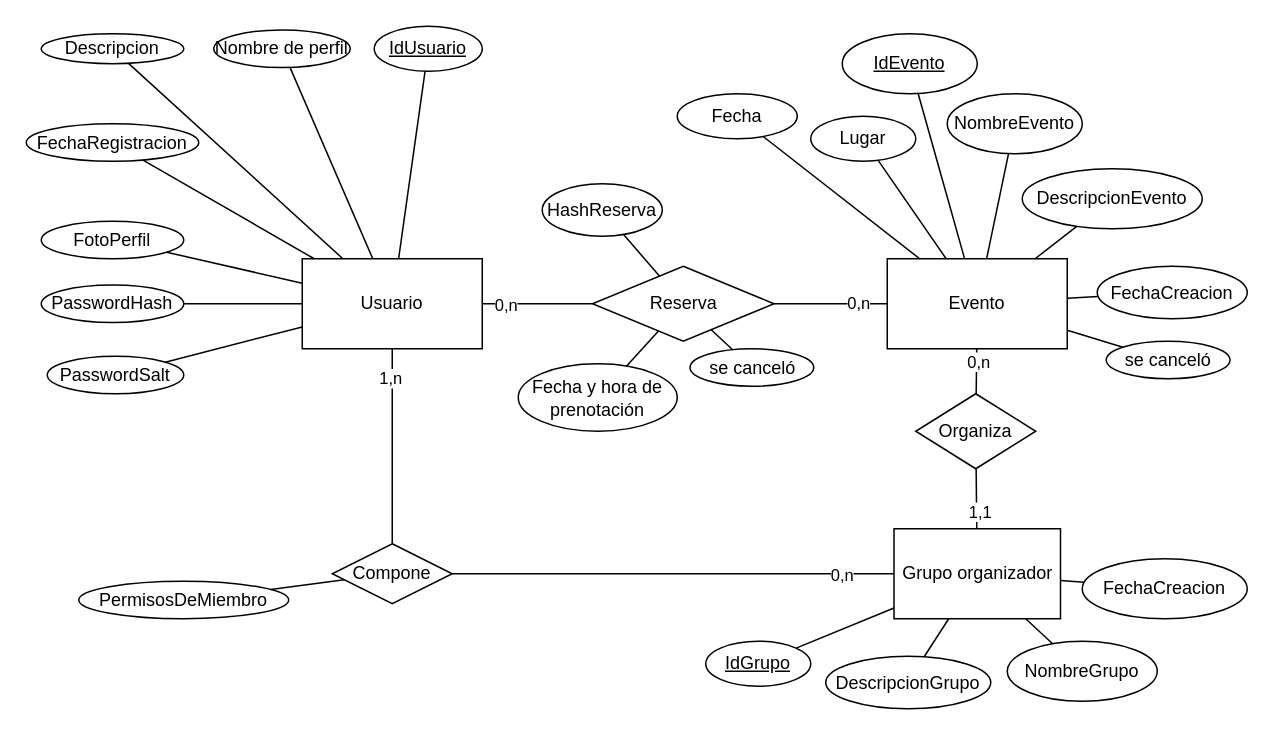
The draw.io diagram docs/diagrams/entity-relation/diagram-entity-relation.es.drawio in a-mayb3/group_n_meet_backend, before the edit. Source tidied: cells renumbered, new cells numbered last; positions are measured from the earlier drawing's top-left corner, leaving out a move shared by most shapes. Both pictures are drawn from the tidied source at 150%, with x=0, y=0 at pixel (26, 26).
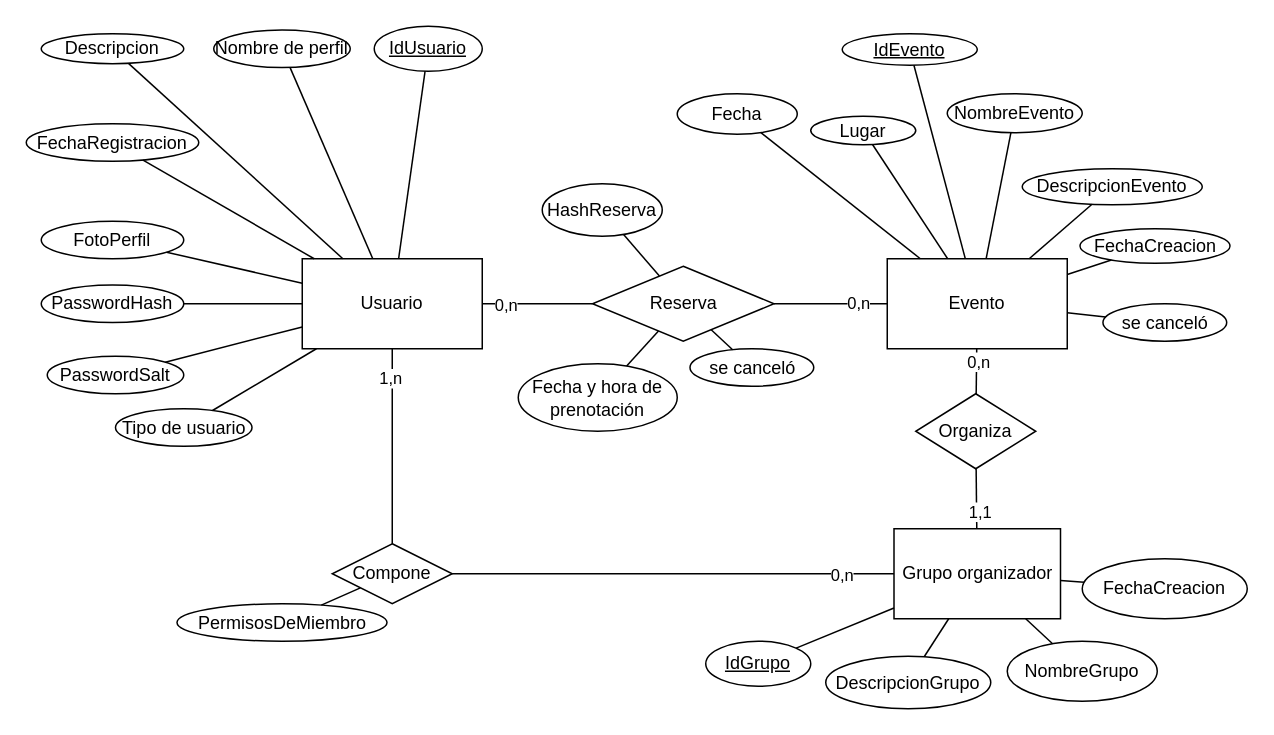
After the change.

Commit message:
Added UserType to User entity

The change refers to these unchanged cells:
```xml
<mxCell id="2" value="Usuario" style="rounded=0;whiteSpace=wrap;html=1;" parent="1" vertex="1">
  <mxGeometry x="184" y="155" width="120" height="60" as="geometry" />
</mxCell>
```

What changed in the source:
```diff
@@
     <mxCell id="24" value="IdEvento" style="ellipse;whiteSpace=wrap;html=1;fontStyle=4;" parent="1" vertex="1">
-      <mxGeometry x="544" y="5" width="90" height="40" as="geometry" />
+      <mxGeometry x="544" y="5" width="90" height="21" as="geometry" />
     </mxCell>
     <mxCell id="25" value="NombreEvento" style="ellipse;whiteSpace=wrap;html=1;" parent="1" vertex="1">
-      <mxGeometry x="614" y="45" width="90" height="40" as="geometry" />
+      <mxGeometry x="614" y="45" width="90" height="26" as="geometry" />
     </mxCell>
     <mxCell id="26" value="DescripcionEvento" style="ellipse;whiteSpace=wrap;html=1;" parent="1" vertex="1">
-      <mxGeometry x="664" y="95" width="120" height="40" as="geometry" />
+      <mxGeometry x="664" y="95" width="120" height="24" as="geometry" />
     </mxCell>
     <mxCell id="27" value="Lugar" style="ellipse;whiteSpace=wrap;html=1;" parent="1" vertex="1">
-      <mxGeometry x="523" y="60" width="70" height="30" as="geometry" />
+      <mxGeometry x="523" y="60" width="70" height="19" as="geometry" />
     </mxCell>
     <mxCell id="28" value="Fecha" style="ellipse;whiteSpace=wrap;html=1;" parent="1" vertex="1">
-      <mxGeometry x="434" y="45" width="80" height="30" as="geometry" />
+      <mxGeometry x="434" y="45" width="80" height="27" as="geometry" />
     </mxCell>
     <mxCell id="29" value="FechaCreacion" style="ellipse;whiteSpace=wrap;html=1;" parent="1" vertex="1">
-      <mxGeometry x="714" y="160" width="100" height="35" as="geometry" />
+      <mxGeometry x="702.5" y="135" width="100" height="23" as="geometry" />
     </mxCell>
@@
     <mxCell id="47" value="PermisosDeMiembro" style="ellipse;whiteSpace=wrap;html=1;" parent="1" vertex="1">
-      <mxGeometry x="35" y="370" width="140" height="25" as="geometry" />
+      <mxGeometry x="100.5" y="385" width="140" height="25" as="geometry" />
     </mxCell>
@@
+    <mxCell id="64" value="Tipo de usuario" style="ellipse;whiteSpace=wrap;html=1;" parent="1" vertex="1">
+      <mxGeometry x="59.5" y="255" width="91" height="25" as="geometry" />
+    </mxCell>
@@
+    <mxCell id="65" style="endArrow=none;html=1;rounded=0;" parent="1" edge="1" source="64" target="2">
+      <mxGeometry relative="1" as="geometry" />
+    </mxCell>
@@
     <mxCell id="61" value="se canceló" style="ellipse;whiteSpace=wrap;html=1;" parent="1" vertex="1">
-      <mxGeometry x="720" y="210" width="82.5" height="25" as="geometry" />
+      <mxGeometry x="717.8" y="185" width="82.5" height="25" as="geometry" />
     </mxCell>
```
